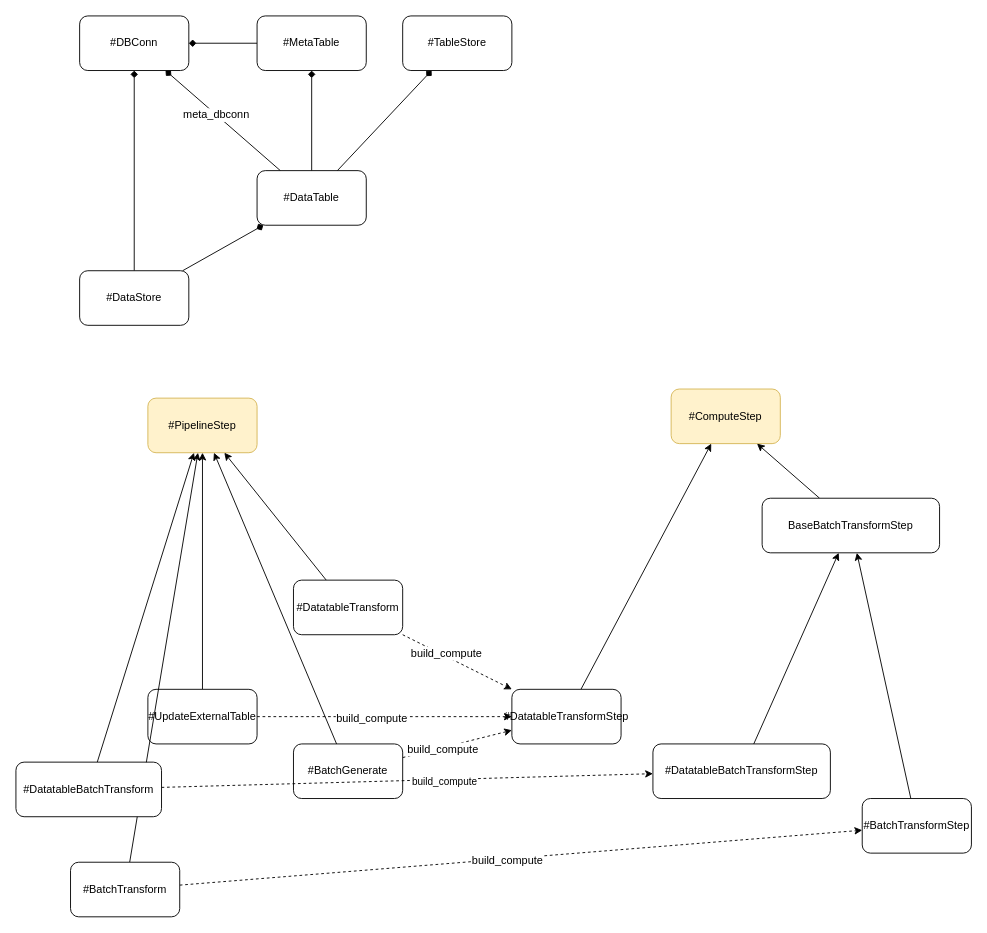
Earlier version of the draw.io diagram page "Page-2" (1 of 2) of docs/source/architecture.drawio (epoch8/datapipe). Source tidied: cells renumbered, new cells numbered last; positions are measured from the earlier drawing's top-left corner, leaving out a move shared by most shapes. Both pictures are drawn from the tidied source at 91%, with x=0, y=0 at pixel (15, 15).
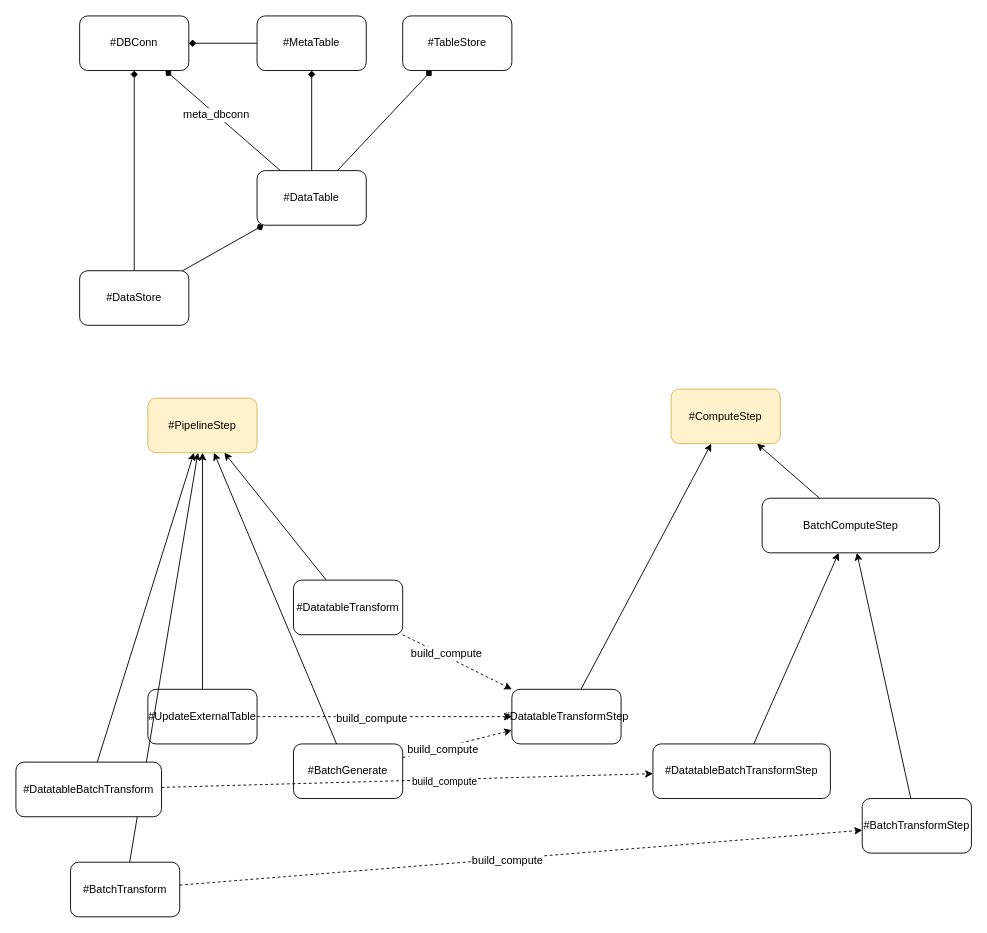
After the change.

Commit message (it also covers changes not shown here):
* Collect all batch-related functionality in `BatchComputeStep` * Move `update_ts` aggregation to `DataTable` * Remove `meta_dbconn` from `DataTable`

What changed in the source:
```diff
@@
-    <mxCell id="39" value="BaseBatchTransformStep" style="rounded=1;whiteSpace=wrap;html=1;labelBackgroundColor=none;fontColor=default;" parent="1" vertex="1">
+    <mxCell id="39" value="BatchComputeStep" style="rounded=1;whiteSpace=wrap;html=1;labelBackgroundColor=none;fontColor=default;" parent="1" vertex="1">
       <mxGeometry x="820" y="530" width="195" height="60" as="geometry" />
     </mxCell>
```
